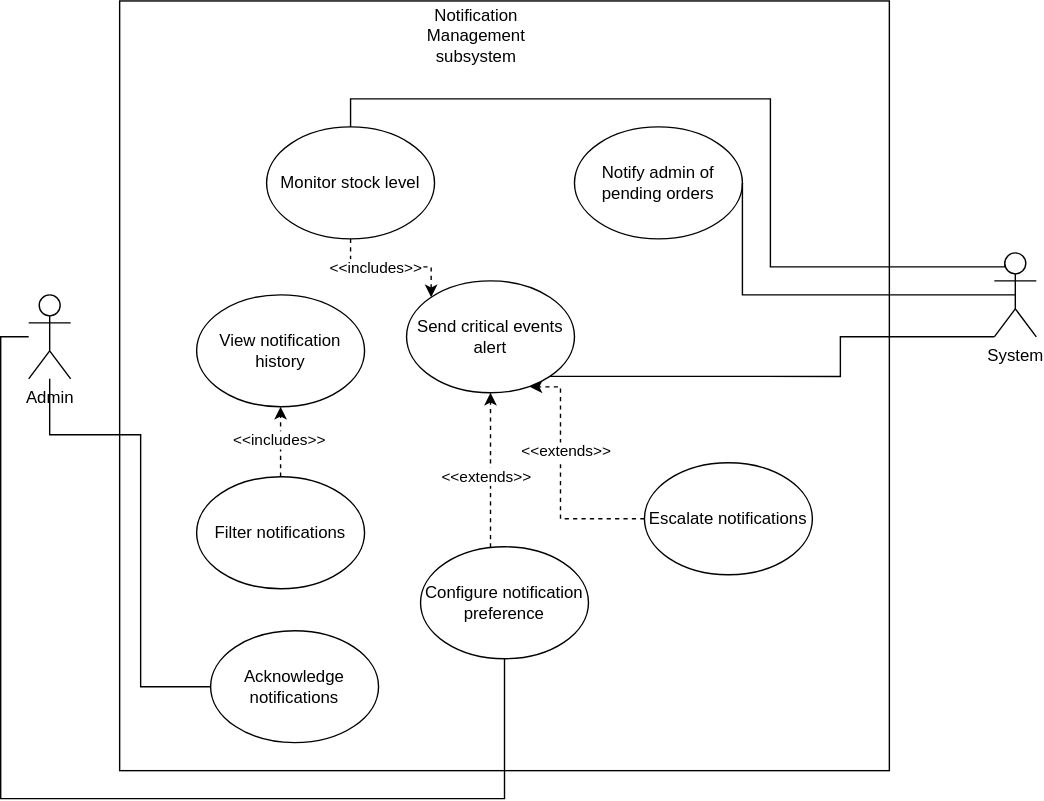
Earlier version of the draw.io export usecase1.svg (Simamkele88/IFM3_GP). Source tidied: cells renumbered, new cells last; positions are measured from the earlier drawing's top-left corner, leaving out a move shared by most shapes.
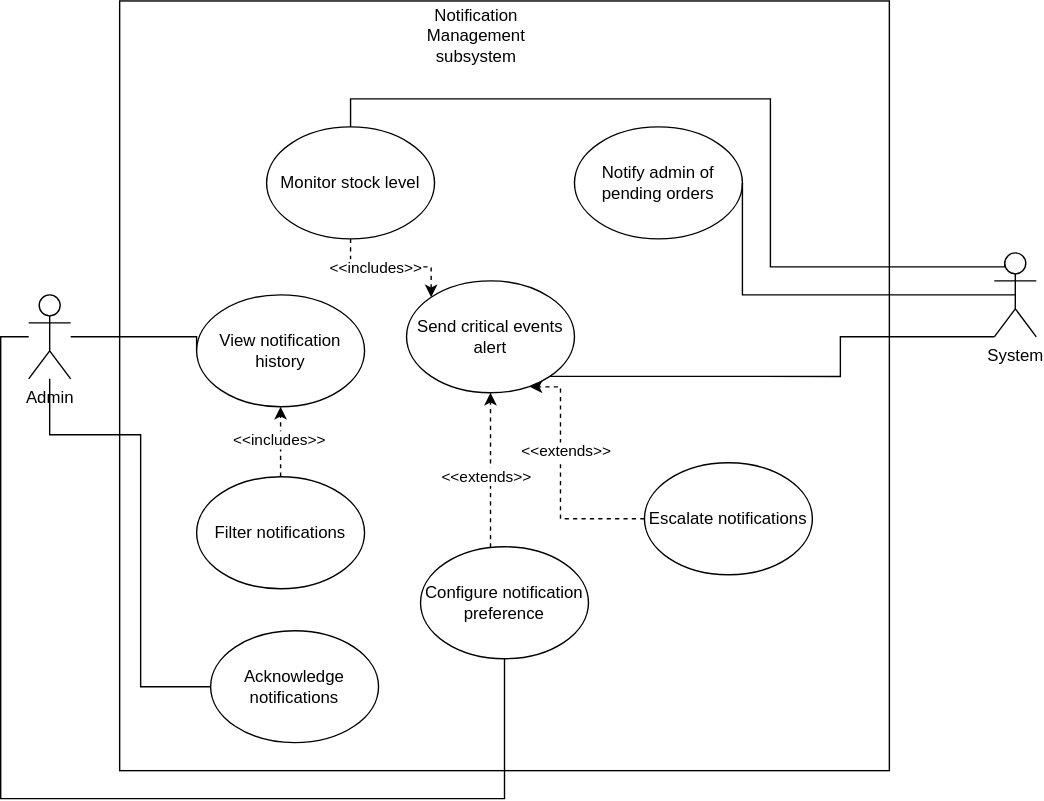
The same file after the commit.

Diff of the diagram source:
```diff
@@ -23,6 +23,14 @@
         </Array>
       </mxGeometry>
     </mxCell>
+    <mxCell id="27" style="edgeStyle=orthogonalEdgeStyle;rounded=0;jettySize=auto;html=1;entryX=0;entryY=0.5;entryDx=0;entryDy=0;endArrow=none;startFill=0;" parent="1" edge="1" target="14">
+      <mxGeometry relative="1" as="geometry">
+        <mxPoint x="50" y="240" as="sourcePoint" />
+        <Array as="points">
+          <mxPoint x="140" y="240" />
+        </Array>
+      </mxGeometry>
+    </mxCell>
     <mxCell id="5" value="Admin" style="shape=umlActor;verticalLabelPosition=bottom;verticalAlign=top;html=1;outlineConnect=0;" parent="1" vertex="1">
       <mxGeometry x="20" y="210" width="30" height="60" as="geometry" />
     </mxCell>
```
